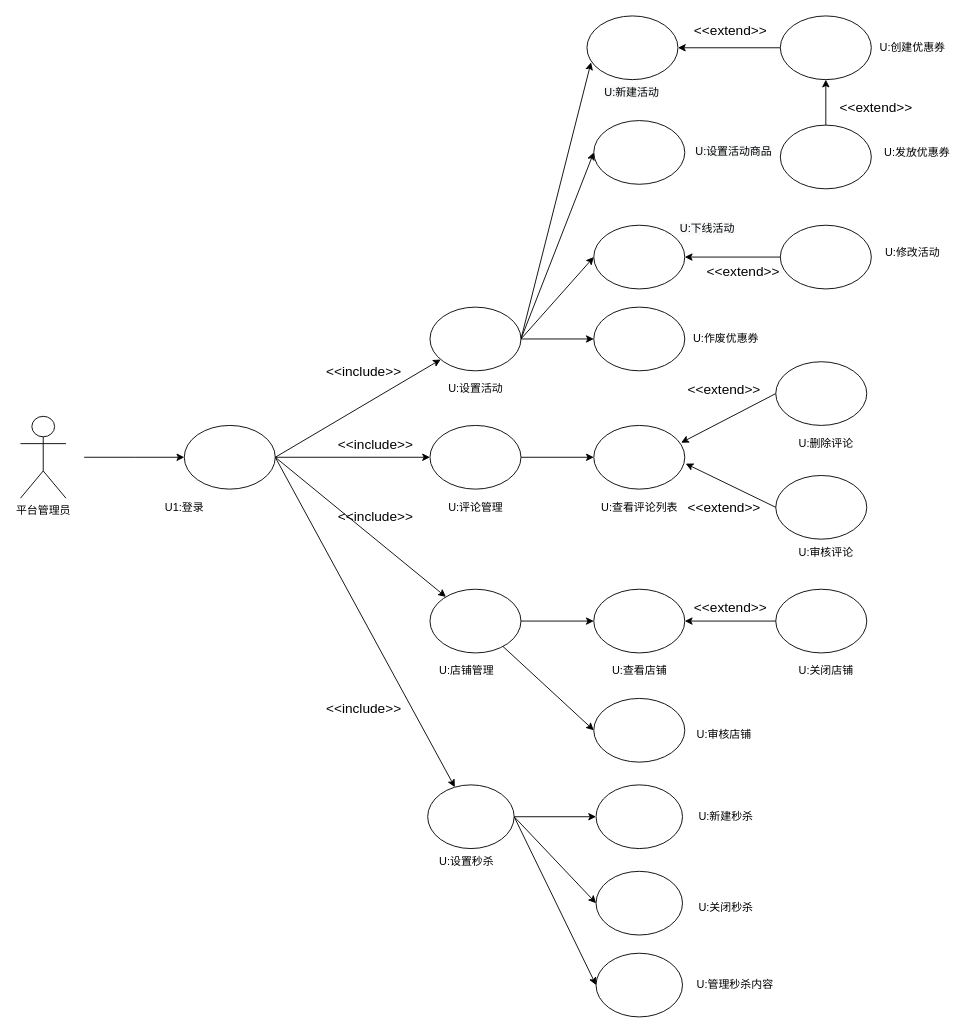
Earlier version of the draw.io diagram 软工导论小组作业/需求建模之用例模型（商品模块-平台管理员）.drawio (app1echip/grams). Source tidied: cells renumbered, new cells numbered last; positions are measured from the earlier drawing's top-left corner, leaving out a move shared by most shapes. Both pictures are drawn from the tidied source at 91%, with x=0, y=0 at pixel (20, 15).
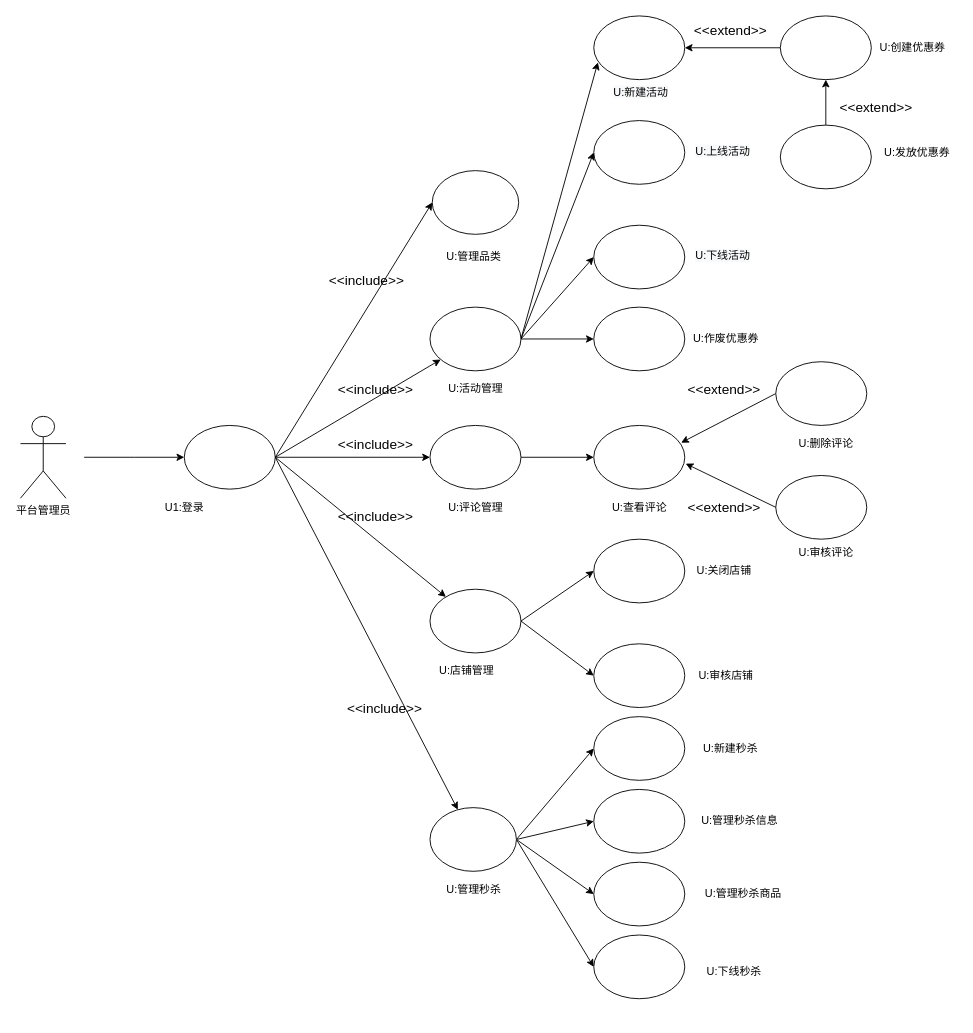
The same diagram, later.

Commit message:
Update 需求建模之用例模型（商品模块-平台管理员）.drawio

The change refers to these unchanged cells:
```xml
<mxCell id="24" style="ellipse;whiteSpace=wrap;html=1;" parent="1" vertex="1">
  <mxGeometry x="180" y="450" width="100" height="70" as="geometry" />
</mxCell>
<mxCell id="41" style="ellipse;whiteSpace=wrap;html=1;" parent="1" vertex="1">
  <mxGeometry x="450" y="630" width="100" height="70" as="geometry" />
</mxCell>
<mxCell id="59" style="ellipse;whiteSpace=wrap;html=1;" parent="1" vertex="1">
  <mxGeometry x="630" y="230" width="100" height="70" as="geometry" />
</mxCell>
```

The edit, as a diff of the source:
```diff
@@
-    <mxCell id="18" value="&lt;span&gt;U:设置&lt;/span&gt;&lt;span&gt;活动&lt;/span&gt;" style="text;html=1;align=center;verticalAlign=middle;" parent="1" vertex="1">
+    <mxCell id="18" value="&lt;span&gt;U:&lt;/span&gt;&lt;span&gt;活动管理&lt;/span&gt;" style="text;html=1;align=center;verticalAlign=middle;" parent="1" vertex="1">
       <mxGeometry x="460" y="400" width="80" height="20" as="geometry" />
     </mxCell>
@@
+    <mxCell id="76" style="edgeStyle=none;rounded=0;jettySize=auto;html=1;entryX=0;entryY=0.5;entryDx=0;entryDy=0;exitX=1;exitY=0.5;exitDx=0;exitDy=0;" parent="1" edge="1" source="24" target="81">
+      <mxGeometry relative="1" as="geometry" />
+    </mxCell>
@@
     <mxCell id="27" style="ellipse;whiteSpace=wrap;html=1;" parent="1" vertex="1">
-      <mxGeometry x="622.5" width="100" height="70" as="geometry" />
+      <mxGeometry x="630" width="100" height="70" as="geometry" />
     </mxCell>
     <mxCell id="28" value="&lt;span style=&quot;color: rgb(0 , 0 , 0) ; font-family: &amp;#34;helvetica&amp;#34; ; font-size: 12px ; font-style: normal ; font-weight: 400 ; letter-spacing: normal ; text-align: center ; text-indent: 0px ; text-transform: none ; word-spacing: 0px ; background-color: rgb(248 , 249 , 250)&quot;&gt;U:&lt;/span&gt;&lt;span style=&quot;color: rgb(0 , 0 , 0) ; font-family: &amp;#34;helvetica&amp;#34; ; font-size: 12px ; font-style: normal ; font-weight: 400 ; letter-spacing: normal ; text-align: center ; text-indent: 0px ; text-transform: none ; word-spacing: 0px ; background-color: rgb(248 , 249 , 250)&quot;&gt;新建活动&lt;/span&gt;" style="text;whiteSpace=wrap;html=1;" parent="1" vertex="1">
-      <mxGeometry x="640" y="70" width="104" height="30" as="geometry" />
+      <mxGeometry x="650" y="70" width="104" height="30" as="geometry" />
     </mxCell>
@@
-    <mxCell id="39" style="edgeStyle=none;rounded=0;jettySize=auto;html=1;entryX=0;entryY=0.5;entryDx=0;entryDy=0;" parent="1" edge="1" source="41" target="53">
+    <mxCell id="39" style="edgeStyle=none;rounded=0;jettySize=auto;html=1;entryX=0;entryY=0.5;entryDx=0;entryDy=0;exitX=1;exitY=0.5;exitDx=0;exitDy=0;" parent="1" edge="1" source="41" target="53">
       <mxGeometry relative="1" as="geometry" />
     </mxCell>
-    <mxCell id="40" style="edgeStyle=none;rounded=0;jettySize=auto;html=1;entryX=0;entryY=0.5;entryDx=0;entryDy=0;" parent="1" edge="1" source="41" target="44">
+    <mxCell id="40" style="edgeStyle=none;rounded=0;jettySize=auto;html=1;entryX=0;entryY=0.5;entryDx=0;entryDy=0;exitX=1;exitY=0.5;exitDx=0;exitDy=0;" parent="1" edge="1" source="41" target="64">
       <mxGeometry relative="1" as="geometry" />
     </mxCell>
@@
-    <mxCell id="44" style="ellipse;whiteSpace=wrap;html=1;" parent="1" vertex="1">
-      <mxGeometry x="630" y="630" width="100" height="70" as="geometry" />
-    </mxCell>
     <mxCell id="45" value="&lt;span&gt;U:&lt;/span&gt;&lt;span&gt;关闭店铺&lt;/span&gt;" style="text;html=1;align=center;verticalAlign=middle;" parent="1" vertex="1">
-      <mxGeometry x="845" y="710" width="80" height="20" as="geometry" />
+      <mxGeometry x="732.5" y="600" width="80" height="20" as="geometry" />
     </mxCell>
@@
-    <mxCell id="47" style="edgeStyle=none;rounded=0;jettySize=auto;html=1;entryX=0;entryY=0.5;entryDx=0;entryDy=0;" parent="1" edge="1" source="50" target="66">
-      <mxGeometry relative="1" as="geometry" />
-    </mxCell>
-    <mxCell id="48" style="edgeStyle=none;rounded=0;jettySize=auto;html=1;entryX=0;entryY=0.5;entryDx=0;entryDy=0;exitX=1;exitY=0.5;exitDx=0;exitDy=0;" parent="1" edge="1" source="50" target="68">
-      <mxGeometry relative="1" as="geometry" />
-    </mxCell>
-    <mxCell id="49" style="edgeStyle=none;rounded=0;jettySize=auto;html=1;entryX=0;entryY=0.5;entryDx=0;entryDy=0;exitX=1;exitY=0.5;exitDx=0;exitDy=0;" parent="1" edge="1" source="50" target="70">
-      <mxGeometry relative="1" as="geometry" />
-    </mxCell>
+    <mxCell id="77" style="edgeStyle=none;rounded=0;jettySize=auto;html=1;entryX=0;entryY=0.5;entryDx=0;entryDy=0;exitX=1;exitY=0.5;exitDx=0;exitDy=0;" parent="1" edge="1" source="50" target="83">
+      <mxGeometry relative="1" as="geometry" />
+    </mxCell>
+    <mxCell id="78" style="edgeStyle=none;rounded=0;jettySize=auto;html=1;entryX=0;entryY=0.5;entryDx=0;entryDy=0;exitX=1;exitY=0.5;exitDx=0;exitDy=0;" parent="1" edge="1" source="50" target="84">
+      <mxGeometry relative="1" as="geometry" />
+    </mxCell>
+    <mxCell id="79" style="edgeStyle=none;rounded=0;jettySize=auto;html=1;entryX=0;entryY=0.5;entryDx=0;entryDy=0;exitX=1;exitY=0.5;exitDx=0;exitDy=0;" parent="1" edge="1" source="50" target="85">
+      <mxGeometry relative="1" as="geometry" />
+    </mxCell>
+    <mxCell id="80" style="edgeStyle=none;rounded=0;jettySize=auto;html=1;entryX=0;entryY=0.5;entryDx=0;entryDy=0;exitX=1;exitY=0.5;exitDx=0;exitDy=0;" parent="1" edge="1" source="50" target="86">
+      <mxGeometry relative="1" as="geometry" />
+    </mxCell>
     <mxCell id="50" style="ellipse;whiteSpace=wrap;html=1;" parent="1" vertex="1">
-      <mxGeometry x="447.5" y="845" width="95" height="70" as="geometry" />
+      <mxGeometry x="450" y="870" width="95" height="70" as="geometry" />
     </mxCell>
-    <mxCell id="51" value="&lt;span&gt;U:&lt;/span&gt;&lt;span&gt;设置秒杀&lt;/span&gt;" style="text;html=1;align=center;verticalAlign=middle;" parent="1" vertex="1">
-      <mxGeometry x="450" y="920" width="80" height="20" as="geometry" />
+    <mxCell id="51" value="&lt;span&gt;U:管理&lt;/span&gt;&lt;span&gt;秒杀&lt;/span&gt;" style="text;html=1;align=center;verticalAlign=middle;" parent="1" vertex="1">
+      <mxGeometry x="457.5" y="950" width="80" height="20" as="geometry" />
     </mxCell>
     <mxCell id="52" value="&lt;font style=&quot;font-size: 15px&quot;&gt;&amp;lt;&amp;lt;include&amp;gt;&amp;gt;&lt;/font&gt;" style="text;html=1;align=center;verticalAlign=middle;" parent="1" vertex="1">
-      <mxGeometry x="327" y="750" width="100" height="20" as="geometry" />
+      <mxGeometry x="350" y="750" width="100" height="20" as="geometry" />
     </mxCell>
     <mxCell id="53" style="ellipse;whiteSpace=wrap;html=1;" parent="1" vertex="1">
-      <mxGeometry x="630" y="750" width="100" height="70" as="geometry" />
+      <mxGeometry x="630" y="690" width="100" height="70" as="geometry" />
     </mxCell>
     <mxCell id="54" value="&lt;span&gt;U:审核&lt;/span&gt;&lt;span&gt;店铺&lt;/span&gt;" style="text;html=1;align=center;verticalAlign=middle;" parent="1" vertex="1">
-      <mxGeometry x="732.5" y="780" width="80" height="20" as="geometry" />
+      <mxGeometry x="735" y="715" width="80" height="20" as="geometry" />
     </mxCell>
     <mxCell id="55" value="&lt;font style=&quot;font-size: 15px&quot;&gt;&amp;lt;&amp;lt;include&amp;gt;&amp;gt;&lt;/font&gt;" style="text;html=1;align=center;verticalAlign=middle;" parent="1" vertex="1">
-      <mxGeometry x="327" y="380" width="100" height="20" as="geometry" />
+      <mxGeometry x="330" y="280" width="100" height="20" as="geometry" />
     </mxCell>
@@
-    <mxCell id="57" value="&lt;span&gt;U:&lt;/span&gt;&lt;span&gt;查看评论列表&lt;/span&gt;" style="text;html=1;align=center;verticalAlign=middle;" parent="1" vertex="1">
-      <mxGeometry x="630" y="530" width="100" height="20" as="geometry" />
+    <mxCell id="57" value="&lt;span&gt;U:&lt;/span&gt;&lt;span&gt;查看评论&lt;/span&gt;" style="text;html=1;align=center;verticalAlign=middle;" parent="1" vertex="1">
+      <mxGeometry x="640" y="530" width="80" height="20" as="geometry" />
     </mxCell>
@@
     <mxCell id="60" value="&lt;span style=&quot;color: rgb(0 , 0 , 0) ; font-family: &amp;#34;helvetica&amp;#34; ; font-size: 12px ; font-style: normal ; font-weight: 400 ; letter-spacing: normal ; text-align: center ; text-indent: 0px ; text-transform: none ; word-spacing: 0px ; background-color: rgb(248 , 249 , 250)&quot;&gt;U:下线&lt;/span&gt;&lt;span style=&quot;color: rgb(0 , 0 , 0) ; font-family: &amp;#34;helvetica&amp;#34; ; font-size: 12px ; font-style: normal ; font-weight: 400 ; letter-spacing: normal ; text-align: center ; text-indent: 0px ; text-transform: none ; word-spacing: 0px ; background-color: rgb(248 , 249 , 250)&quot;&gt;活动&lt;/span&gt;" style="text;whiteSpace=wrap;html=1;" parent="1" vertex="1">
-      <mxGeometry x="723" y="220" width="104" height="30" as="geometry" />
+      <mxGeometry x="740" y="250" width="104" height="30" as="geometry" />
     </mxCell>
-    <mxCell id="61" value="&lt;span style=&quot;color: rgb(0 , 0 , 0) ; font-family: &amp;#34;helvetica&amp;#34; ; font-size: 12px ; font-style: normal ; font-weight: 400 ; letter-spacing: normal ; text-align: center ; text-indent: 0px ; text-transform: none ; word-spacing: 0px ; background-color: rgb(248 , 249 , 250)&quot;&gt;U:设置&lt;/span&gt;&lt;span style=&quot;color: rgb(0 , 0 , 0) ; font-family: &amp;#34;helvetica&amp;#34; ; font-size: 12px ; font-style: normal ; font-weight: 400 ; letter-spacing: normal ; text-align: center ; text-indent: 0px ; text-transform: none ; word-spacing: 0px ; background-color: rgb(248 , 249 , 250)&quot;&gt;活动商品&lt;/span&gt;" style="text;whiteSpace=wrap;html=1;" parent="1" vertex="1">
+    <mxCell id="61" value="&lt;span style=&quot;color: rgb(0 , 0 , 0) ; font-family: &amp;#34;helvetica&amp;#34; ; font-size: 12px ; font-style: normal ; font-weight: 400 ; letter-spacing: normal ; text-align: center ; text-indent: 0px ; text-transform: none ; word-spacing: 0px ; background-color: rgb(248 , 249 , 250)&quot;&gt;U:上线&lt;/span&gt;&lt;span style=&quot;color: rgb(0 , 0 , 0) ; font-family: &amp;#34;helvetica&amp;#34; ; font-size: 12px ; font-style: normal ; font-weight: 400 ; letter-spacing: normal ; text-align: center ; text-indent: 0px ; text-transform: none ; word-spacing: 0px ; background-color: rgb(248 , 249 , 250)&quot;&gt;活动&lt;/span&gt;" style="text;whiteSpace=wrap;html=1;" parent="1" vertex="1">
       <mxGeometry x="740" y="135" width="104" height="30" as="geometry" />
     </mxCell>
-    <mxCell id="62" value="&lt;span&gt;U:查看&lt;/span&gt;&lt;span&gt;店铺&lt;/span&gt;" style="text;html=1;align=center;verticalAlign=middle;" parent="1" vertex="1">
-      <mxGeometry x="640" y="710" width="80" height="20" as="geometry" />
-    </mxCell>
-    <mxCell id="63" style="edgeStyle=none;rounded=0;jettySize=auto;html=1;entryX=1;entryY=0.5;entryDx=0;entryDy=0;" parent="1" edge="1" source="64" target="44">
-      <mxGeometry relative="1" as="geometry" />
-    </mxCell>
     <mxCell id="64" style="ellipse;whiteSpace=wrap;html=1;" parent="1" vertex="1">
-      <mxGeometry x="830" y="630" width="100" height="70" as="geometry" />
+      <mxGeometry x="630" y="575" width="100" height="70" as="geometry" />
     </mxCell>
-    <mxCell id="65" value="&lt;font style=&quot;font-size: 15px&quot;&gt;&amp;lt;&amp;lt;extend&amp;gt;&amp;gt;&lt;/font&gt;" style="text;html=1;align=center;verticalAlign=middle;" parent="1" vertex="1">
-      <mxGeometry x="730" y="640" width="100" height="20" as="geometry" />
-    </mxCell>
-    <mxCell id="66" style="ellipse;whiteSpace=wrap;html=1;" parent="1" vertex="1">
-      <mxGeometry x="632.5" y="845" width="95" height="70" as="geometry" />
-    </mxCell>
-    <mxCell id="67" value="&lt;span&gt;U:新建秒杀&lt;/span&gt;" style="text;html=1;align=center;verticalAlign=middle;" parent="1" vertex="1">
-      <mxGeometry x="735" y="870" width="80" height="20" as="geometry" />
-    </mxCell>
-    <mxCell id="68" style="ellipse;whiteSpace=wrap;html=1;" parent="1" vertex="1">
-      <mxGeometry x="632.5" y="940" width="95" height="70" as="geometry" />
-    </mxCell>
-    <mxCell id="69" value="&lt;span&gt;U:关闭秒杀&lt;/span&gt;" style="text;html=1;align=center;verticalAlign=middle;" parent="1" vertex="1">
-      <mxGeometry x="735" y="970" width="80" height="20" as="geometry" />
-    </mxCell>
-    <mxCell id="70" style="ellipse;whiteSpace=wrap;html=1;" parent="1" vertex="1">
-      <mxGeometry x="632.5" y="1030" width="95" height="70" as="geometry" />
-    </mxCell>
-    <mxCell id="71" value="&lt;span&gt;U:管理秒杀内容&lt;/span&gt;" style="text;html=1;align=center;verticalAlign=middle;" parent="1" vertex="1">
-      <mxGeometry x="735" y="1055" width="100" height="20" as="geometry" />
-    </mxCell>
-    <mxCell id="72" style="edgeStyle=none;rounded=0;jettySize=auto;html=1;entryX=1;entryY=0.5;entryDx=0;entryDy=0;" parent="1" edge="1" source="73" target="59">
-      <mxGeometry relative="1" as="geometry" />
-    </mxCell>
-    <mxCell id="73" style="ellipse;whiteSpace=wrap;html=1;" parent="1" vertex="1">
-      <mxGeometry x="835" y="230" width="100" height="70" as="geometry" />
-    </mxCell>
-    <mxCell id="74" value="&lt;span&gt;U:&lt;/span&gt;&lt;span&gt;修改活动&lt;/span&gt;" style="text;html=1;align=center;verticalAlign=middle;" parent="1" vertex="1">
-      <mxGeometry x="940" y="250" width="80" height="20" as="geometry" />
-    </mxCell>
-    <mxCell id="75" value="&lt;font style=&quot;font-size: 15px&quot;&gt;&amp;lt;&amp;lt;extend&amp;gt;&amp;gt;&lt;/font&gt;" style="text;html=1;align=center;verticalAlign=middle;" parent="1" vertex="1">
-      <mxGeometry x="744" y="270" width="100" height="20" as="geometry" />
-    </mxCell>
+    <mxCell id="81" style="ellipse;whiteSpace=wrap;html=1;" parent="1" vertex="1">
+      <mxGeometry x="452.5" y="170" width="95" height="70" as="geometry" />
+    </mxCell>
+    <mxCell id="82" value="&lt;span&gt;U:管理&lt;/span&gt;&lt;span&gt;品类&lt;/span&gt;" style="text;html=1;align=center;verticalAlign=middle;" parent="1" vertex="1">
+      <mxGeometry x="457.5" y="255" width="80" height="20" as="geometry" />
+    </mxCell>
+    <mxCell id="83" style="ellipse;whiteSpace=wrap;html=1;" parent="1" vertex="1">
+      <mxGeometry x="630" y="770" width="100" height="70" as="geometry" />
+    </mxCell>
+    <mxCell id="84" style="ellipse;whiteSpace=wrap;html=1;" parent="1" vertex="1">
+      <mxGeometry x="630" y="850" width="100" height="70" as="geometry" />
+    </mxCell>
+    <mxCell id="85" style="ellipse;whiteSpace=wrap;html=1;" parent="1" vertex="1">
+      <mxGeometry x="630" y="930" width="100" height="70" as="geometry" />
+    </mxCell>
+    <mxCell id="86" style="ellipse;whiteSpace=wrap;html=1;" parent="1" vertex="1">
+      <mxGeometry x="630" y="1010" width="100" height="70" as="geometry" />
+    </mxCell>
+    <mxCell id="87" value="&lt;span&gt;U:&lt;/span&gt;&lt;span&gt;新建秒杀&lt;/span&gt;" style="text;html=1;align=center;verticalAlign=middle;" parent="1" vertex="1">
+      <mxGeometry x="740" y="795" width="80" height="20" as="geometry" />
+    </mxCell>
+    <mxCell id="88" value="&lt;span&gt;U:&lt;/span&gt;&lt;span&gt;管理秒杀信息&lt;/span&gt;" style="text;html=1;align=center;verticalAlign=middle;" parent="1" vertex="1">
+      <mxGeometry x="740" y="875" width="100" height="20" as="geometry" />
+    </mxCell>
+    <mxCell id="89" value="&lt;span&gt;U:&lt;/span&gt;&lt;span&gt;管理秒杀商品&lt;/span&gt;" style="text;html=1;align=center;verticalAlign=middle;" parent="1" vertex="1">
+      <mxGeometry x="744" y="955" width="100" height="20" as="geometry" />
+    </mxCell>
+    <mxCell id="90" value="&lt;span&gt;U:&lt;/span&gt;&lt;span&gt;下线秒杀&lt;/span&gt;" style="text;html=1;align=center;verticalAlign=middle;" parent="1" vertex="1">
+      <mxGeometry x="744" y="1040" width="80" height="20" as="geometry" />
+    </mxCell>
+    <mxCell id="91" value="&lt;font style=&quot;font-size: 15px&quot;&gt;&amp;lt;&amp;lt;include&amp;gt;&amp;gt;&lt;/font&gt;" style="text;html=1;align=center;verticalAlign=middle;" parent="1" vertex="1">
+      <mxGeometry x="340" y="400" width="100" height="20" as="geometry" />
+    </mxCell>
```
